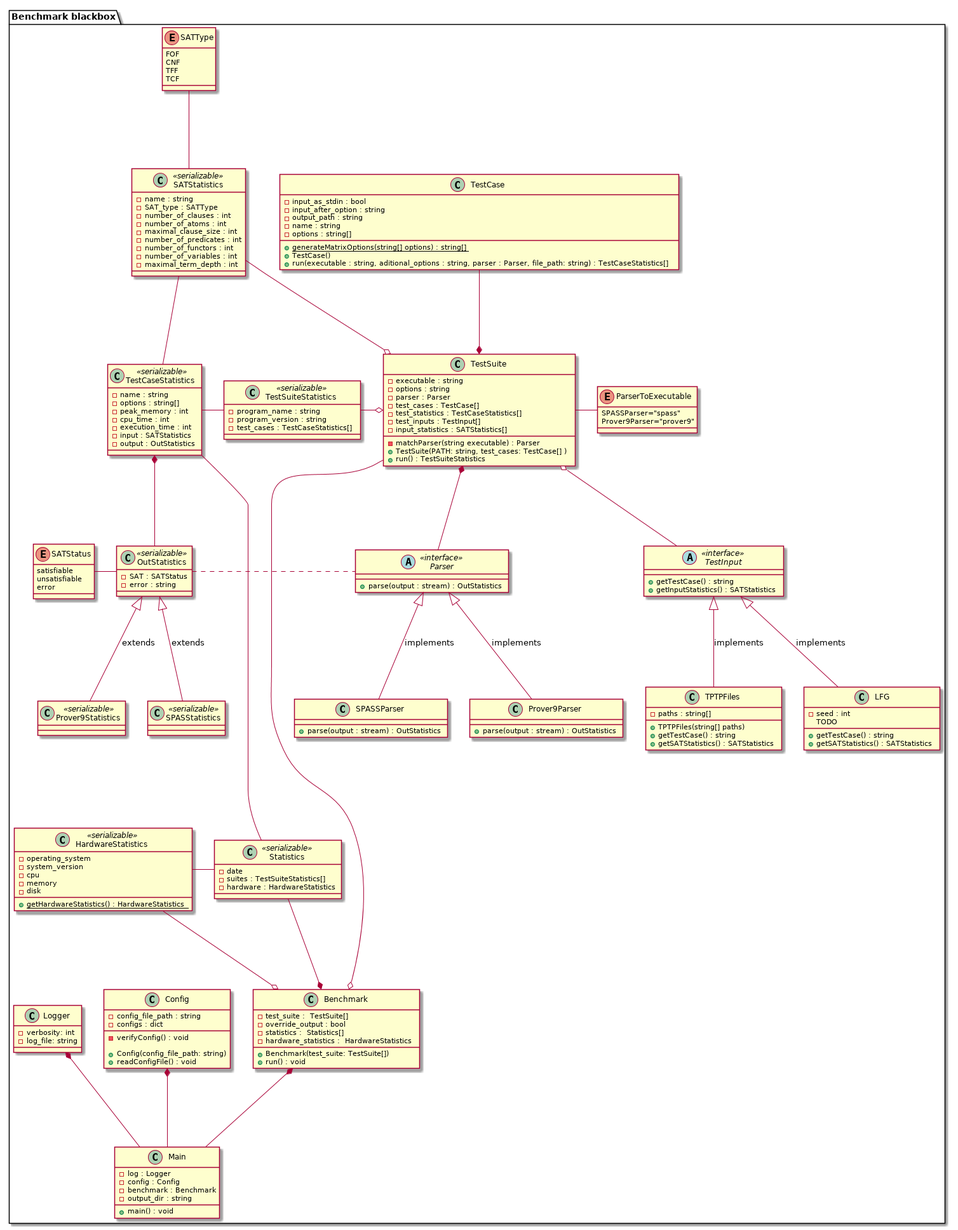
Before: benchmark/class_diagram.png, a diagram exported from PlantUML (Mateusz-Grzelinski/set-research-documentation).
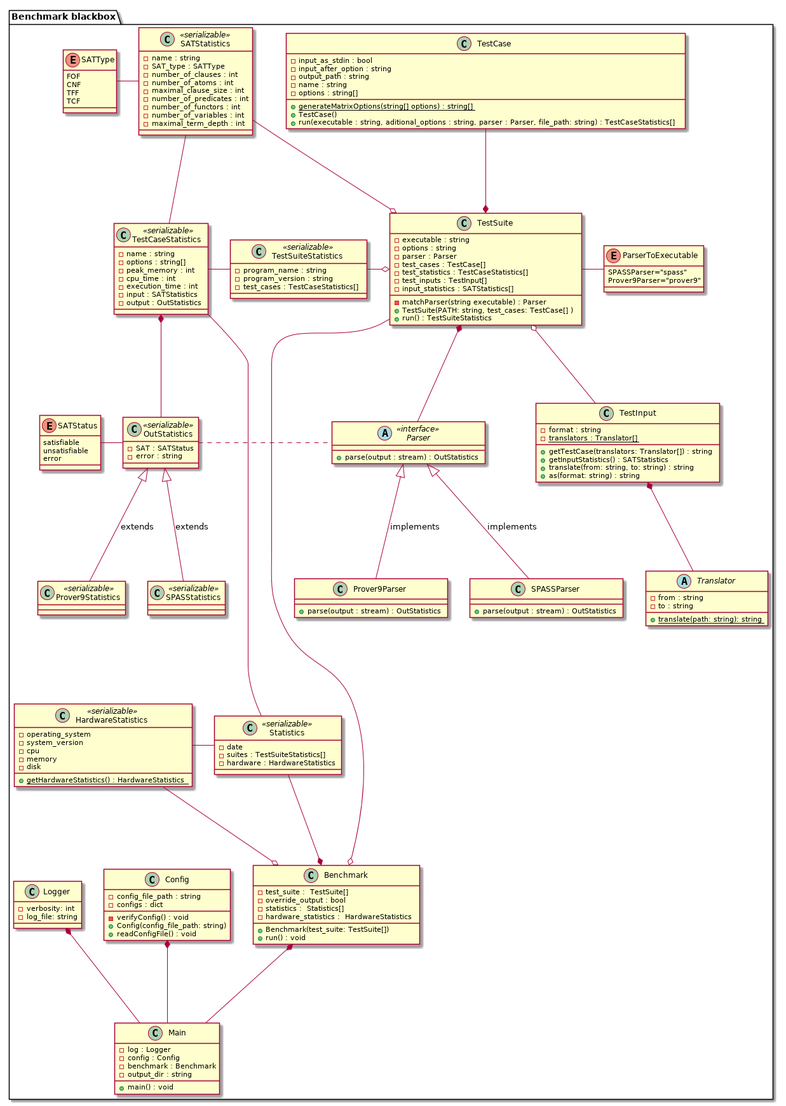
The same file after the commit.

Diff of the diagram source:
```diff
@@ -1,15 +1,14 @@
 @startuml
 
 package "Benchmark blackbox" {
-TestInput <|-- LFG : implements
-TestInput <|-- TPTPFiles : implements
 TestCase --* TestSuite
 TestSuite o-- TestInput
+TestInput *-- Translator
 TestSuite *-- Parser
 TestSuite --o Benchmark
 Parser <|-- Prover9Parser : implements
 Parser <|-- SPASSParser : implements
-SATType -- SATStatistics
+SATType - SATStatistics
 TestSuite - ParserToExecutable
 
 Statistics --* Benchmark
@@ -69,25 +68,20 @@
   - log_file: string
 }
 
-abstract class TestInput <<interface>> {
-+ getTestCase() : string
-+ getInputStatistics() : SATStatistics
+class TestInput {
+  - format : string
+  - {static} translators : Translator[]
+  + getTestCase(translators: Translator[]) : string
+  + getInputStatistics() : SATStatistics
+  + translate(from: string, to: string) : string
+  + as(format: string) : string
 }
 
-class TPTPFiles {
-  - paths : string[]
-  + TPTPFiles(string[] paths)
-  + getTestCase() : string
-  + getSATStatistics() : SATStatistics
+abstract class Translator {
+  - from : string
+  - to : string
+  + {static} translate(path: string): string
 }
-
-class LFG {
-  - seed : int
-  TODO
-  + getTestCase() : string
-  + getSATStatistics() : SATStatistics
-}
-
 
 class Statistics <<serializable>> {
   - date
@@ -185,7 +179,6 @@
   - config_file_path : string
   - configs : dict
   - verifyConfig() : void
-
   + Config(config_file_path: string)
   + readConfigFile() : void
 }
```
